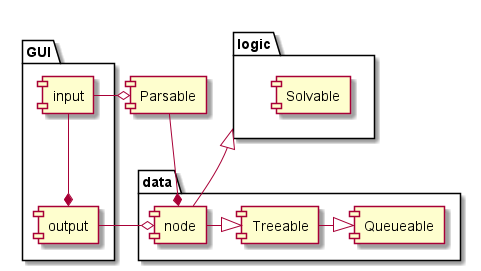
Above: src/docs/UML/architecture.png in vitalispopoff/calculator (PlantUML), before the change.
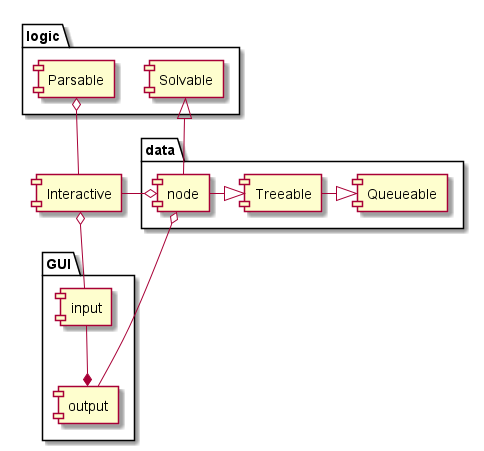
The same file after the commit.

The edit, as a diff of the source:
```diff
@@ -1,14 +1,15 @@
 @startuml
 
+
 package GUI {
+
     component output
     component input
 }
 
 package logic {
-
+    component Parsable
     component Solvable
-
 }
 
 package data {
@@ -17,14 +18,17 @@
     component node
 }
 
-component Parsable
+component Interactive
 
-[input]     -right-o    [Parsable]
-[Parsable] -down-* [node]
-logic       <|-down-    [node]
-[output]    *-up-      [input]
-[output]    -right-o    [node]
 
+[input]     -up-o    [Interactive]
+
+[Interactive] -up-o     [Parsable]
+[Interactive] -right-o   [node]
+[Solvable]  <|-down-    [node]
+
+[output]    *-up-       [input]
+[output]    -up-o    [node]
 
 [Queueable] <|-left- [Treeable]
 
```
